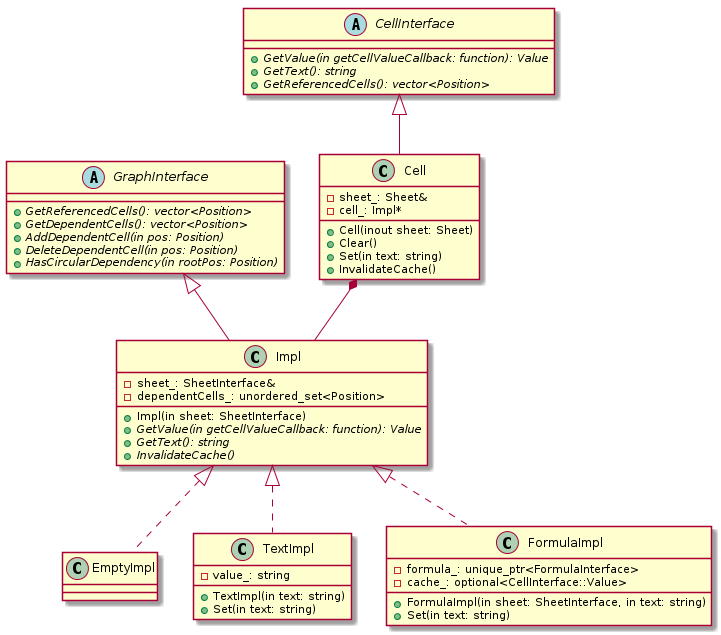
The PlantUML diagram uml/png/cell.png in kazarynau/YandexPraktikumFinal, before a commit.
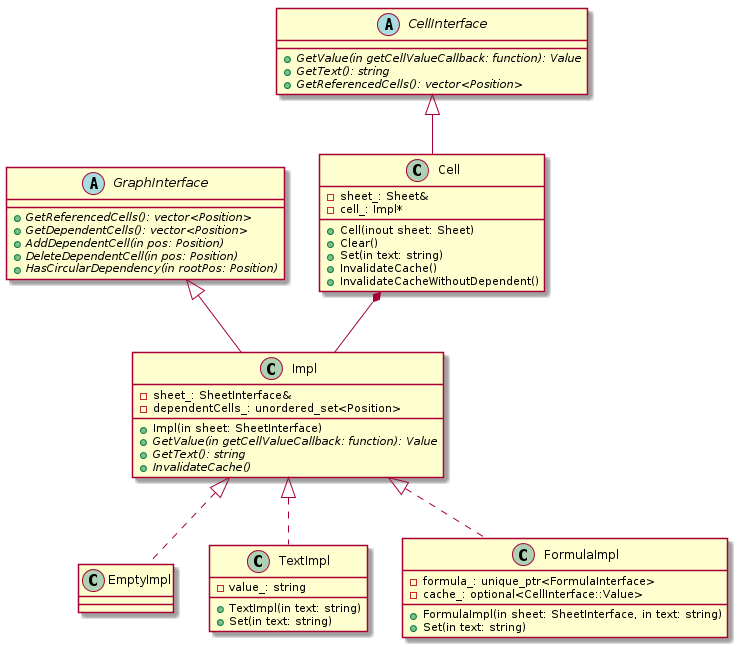
After the commit.

The edit, as a diff of the source:
```diff
@@ -53,6 +53,7 @@
     +Clear()
     +Set(in text: string)
     +InvalidateCache()
+    +InvalidateCacheWithoutDependent()
 
     -sheet_: Sheet&
     -cell_: Impl*
```
